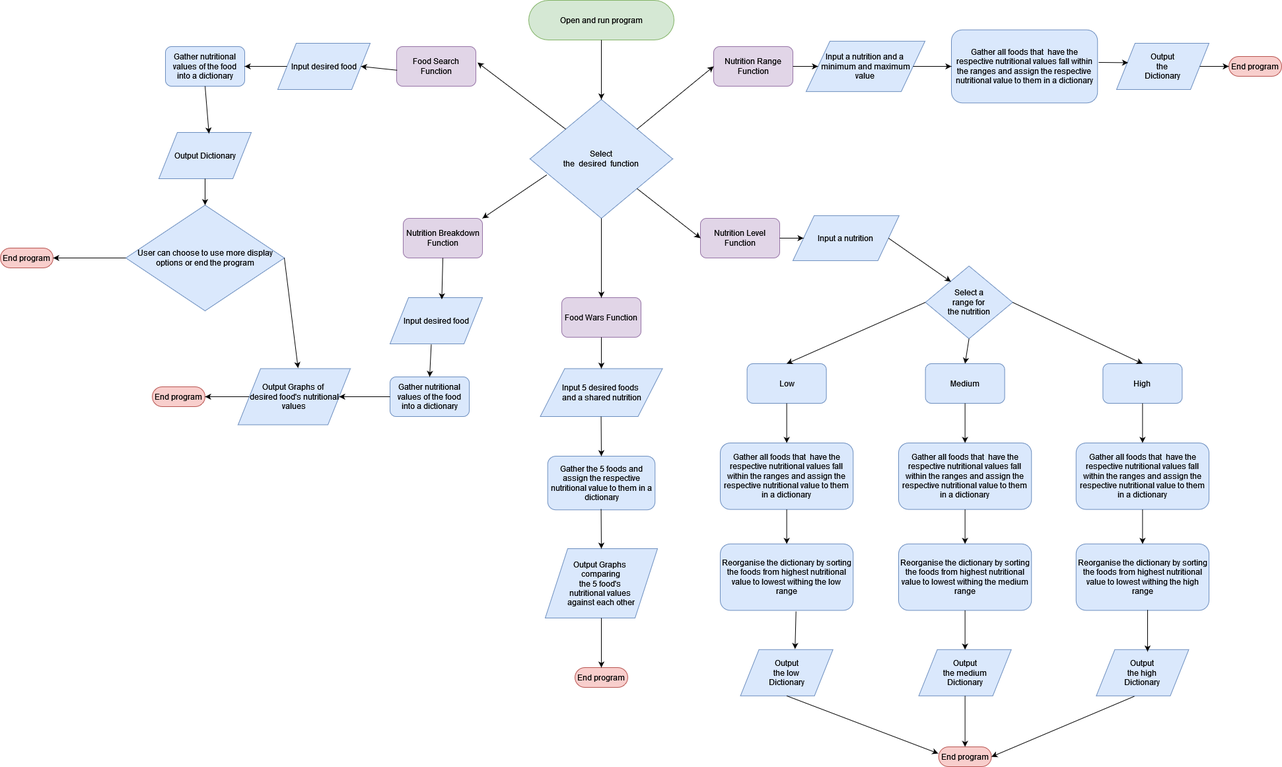
The draw.io diagram software_design_flowchart.png in braithicus/2810ICT-Project-Management-Assignment, before a commit. Source tidied: cells renumbered, new cells last; positions are measured from the earlier drawing's top-left corner, leaving out a move shared by most shapes.
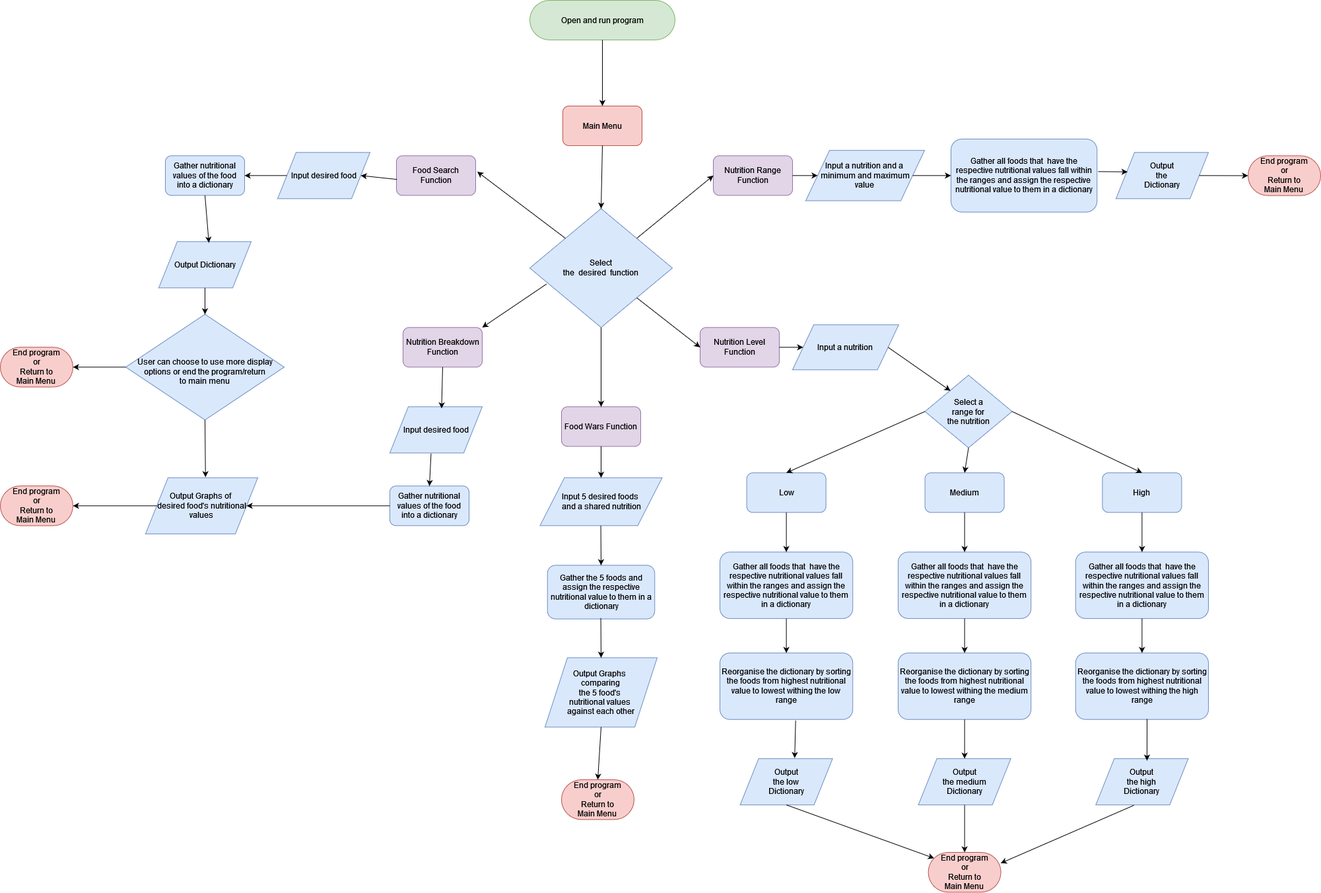
After the commit.

Commit message:
Software Design and System components Done* dont forget the stuff in side effects and pseudocode

Diff of the diagram source:
```diff
@@ -18,7 +18,7 @@
       <mxGeometry x="850" y="450" width="120" height="60" as="geometry" />
     </mxCell>
     <mxCell id="7" value="Open and run program" style="html=1;dashed=0;whiteSpace=wrap;shape=mxgraph.dfd.start;fillColor=#d5e8d4;strokeColor=#82b366;" parent="1" vertex="1">
-      <mxGeometry x="800" width="220" height="60" as="geometry" />
+      <mxGeometry x="802" y="-165.3" width="220" height="60" as="geometry" />
     </mxCell>
     <mxCell id="8" value="&lt;div&gt;Select &lt;br&gt;&lt;/div&gt;&lt;div&gt;the&amp;nbsp; desired&amp;nbsp; function&lt;/div&gt;" style="shape=rhombus;html=1;dashed=0;whiteSpace=wrap;perimeter=rhombusPerimeter;fillColor=#dae8fc;strokeColor=#6c8ebf;" parent="1" vertex="1">
       <mxGeometry x="802" y="150" width="216" height="180" as="geometry" />
@@ -38,10 +38,10 @@
     <mxCell id="13" value="Output Dictionary" style="shape=parallelogram;perimeter=parallelogramPerimeter;whiteSpace=wrap;html=1;dashed=0;fillColor=#dae8fc;strokeColor=#6c8ebf;" parent="1" vertex="1">
       <mxGeometry x="240" y="200" width="140" height="70" as="geometry" />
     </mxCell>
-    <mxCell id="14" value="End program" style="html=1;dashed=0;whiteSpace=wrap;shape=mxgraph.dfd.start;fillColor=#f8cecc;strokeColor=#b85450;" parent="1" vertex="1">
-      <mxGeometry y="375" width="80" height="30" as="geometry" />
+    <mxCell id="14" value="&lt;div&gt;End program&lt;/div&gt;&lt;div&gt;or&lt;/div&gt;&lt;div&gt;Return to&lt;/div&gt;&lt;div&gt;Main Menu&lt;br&gt;&lt;/div&gt;" style="html=1;dashed=0;whiteSpace=wrap;shape=mxgraph.dfd.start;fillColor=#f8cecc;strokeColor=#b85450;" parent="1" vertex="1">
+      <mxGeometry y="359.8" width="110" height="60.3" as="geometry" />
     </mxCell>
-    <mxCell id="15" value="&lt;font style=&quot;font-size: 12px;&quot;&gt;User can choose to use more display options or end the program&lt;/font&gt;" style="shape=rhombus;html=1;dashed=0;whiteSpace=wrap;perimeter=rhombusPerimeter;fillColor=#dae8fc;strokeColor=#6c8ebf;" parent="1" vertex="1">
+    <mxCell id="15" value="&lt;div&gt;&lt;font style=&quot;font-size: 12px;&quot;&gt;&lt;br&gt;&lt;/font&gt;&lt;/div&gt;&lt;div&gt;&lt;font style=&quot;font-size: 12px;&quot;&gt;User can choose to use more display options or end the program/return&lt;/font&gt;&lt;/div&gt;&lt;div&gt;&lt;font style=&quot;font-size: 12px;&quot;&gt;to main menu&lt;br&gt;&lt;/font&gt;&lt;/div&gt;" style="shape=rhombus;html=1;dashed=0;whiteSpace=wrap;perimeter=rhombusPerimeter;fillColor=#dae8fc;strokeColor=#6c8ebf;" parent="1" vertex="1">
       <mxGeometry x="190" y="310" width="240" height="160" as="geometry" />
     </mxCell>
     <mxCell id="16" style="endArrow=classic;html=1;rounded=0;exitX=0;exitY=0.5;exitDx=0;exitDy=0;entryX=1;entryY=0.5;entryDx=0;entryDy=0;entryPerimeter=0;" parent="1" edge="1" source="15" target="14">
@@ -53,7 +53,7 @@
     <mxCell id="18" style="endArrow=classic;html=1;rounded=0;entryX=0.542;entryY=0.024;entryDx=0;entryDy=0;entryPerimeter=0;exitX=0.5;exitY=1;exitDx=0;exitDy=0;" parent="1" edge="1" source="12" target="13">
       <mxGeometry relative="1" as="geometry" />
     </mxCell>
-    <mxCell id="19" style="endArrow=classic;html=1;rounded=0;entryX=0.5;entryY=0;entryDx=0;entryDy=0;exitX=0.5;exitY=0.5;exitDx=0;exitDy=30;exitPerimeter=0;" parent="1" edge="1" source="7" target="8">
+    <mxCell id="19" style="endArrow=classic;html=1;rounded=0;exitX=0.5;exitY=0.5;exitDx=0;exitDy=30;exitPerimeter=0;entryX=0.5;entryY=0;entryDx=0;entryDy=0;" parent="1" edge="1" source="7" target="82">
       <mxGeometry relative="1" as="geometry" />
     </mxCell>
     <mxCell id="20" style="endArrow=classic;html=1;rounded=0;entryX=1;entryY=0.5;entryDx=0;entryDy=0;exitX=0.007;exitY=0.597;exitDx=0;exitDy=0;exitPerimeter=0;" parent="1" edge="1" source="2" target="11">
@@ -84,18 +84,15 @@
       <mxGeometry relative="1" as="geometry" />
     </mxCell>
     <mxCell id="29" value="&lt;div&gt;Output Graphs of&amp;nbsp;&lt;/div&gt;&lt;div&gt;desired food's nutritional values&lt;/div&gt;" style="shape=parallelogram;perimeter=parallelogramPerimeter;whiteSpace=wrap;html=1;dashed=0;fontSize=12;fillColor=#dae8fc;strokeColor=#6c8ebf;" parent="1" vertex="1">
-      <mxGeometry x="360" y="557.5" width="170" height="85" as="geometry" />
+      <mxGeometry x="220" y="557.5" width="170" height="85" as="geometry" />
     </mxCell>
-    <mxCell id="30" style="endArrow=classic;html=1;rounded=0;entryX=0.534;entryY=-0.01;entryDx=0;entryDy=0;entryPerimeter=0;exitX=1;exitY=0.5;exitDx=0;exitDy=0;" parent="1" edge="1" source="15" target="29">
+    <mxCell id="30" style="endArrow=classic;html=1;rounded=0;entryX=0.534;entryY=-0.01;entryDx=0;entryDy=0;entryPerimeter=0;exitX=0.5;exitY=1;exitDx=0;exitDy=0;" parent="1" edge="1" source="15" target="29">
       <mxGeometry relative="1" as="geometry" />
     </mxCell>
     <mxCell id="31" style="endArrow=classic;html=1;rounded=0;entryX=1;entryY=0.5;entryDx=0;entryDy=0;exitX=0;exitY=0.5;exitDx=0;exitDy=0;" parent="1" edge="1" source="27" target="29">
       <mxGeometry relative="1" as="geometry" />
     </mxCell>
-    <mxCell id="32" value="End program" style="html=1;dashed=0;whiteSpace=wrap;shape=mxgraph.dfd.start;fillColor=#f8cecc;strokeColor=#b85450;" parent="1" vertex="1">
-      <mxGeometry x="230" y="585" width="80" height="30" as="geometry" />
-    </mxCell>
-    <mxCell id="33" style="endArrow=classic;html=1;rounded=0;entryX=1;entryY=0.5;entryDx=0;entryDy=0;entryPerimeter=0;" parent="1" edge="1" source="29" target="32">
+    <mxCell id="33" style="endArrow=classic;html=1;rounded=0;entryX=1;entryY=0.5;entryDx=0;entryDy=0;entryPerimeter=0;" parent="1" edge="1" source="29" target="84">
       <mxGeometry relative="1" as="geometry" />
     </mxCell>
     <mxCell id="34" value="&lt;div&gt;Input 5 desired foods&amp;nbsp;&lt;/div&gt;&lt;div&gt;and a shared nutrition&lt;/div&gt;" style="shape=parallelogram;perimeter=parallelogramPerimeter;whiteSpace=wrap;html=1;dashed=0;fillColor=#dae8fc;strokeColor=#6c8ebf;" parent="1" vertex="1">
@@ -107,10 +104,7 @@
     <mxCell id="36" value="&lt;div&gt;Output Graphs&amp;nbsp;&lt;/div&gt;&lt;div&gt;comparing&lt;/div&gt;&lt;div&gt;the 5 food's&amp;nbsp;&lt;/div&gt;&lt;div&gt;nutritional values&amp;nbsp;&lt;/div&gt;&lt;div&gt;against each other&lt;br&gt;&lt;/div&gt;" style="shape=parallelogram;perimeter=parallelogramPerimeter;whiteSpace=wrap;html=1;dashed=0;fontSize=12;fillColor=#dae8fc;strokeColor=#6c8ebf;" parent="1" vertex="1">
       <mxGeometry x="825" y="830" width="170" height="105" as="geometry" />
     </mxCell>
-    <mxCell id="37" value="End program" style="html=1;dashed=0;whiteSpace=wrap;shape=mxgraph.dfd.start;fillColor=#f8cecc;strokeColor=#b85450;" parent="1" vertex="1">
-      <mxGeometry x="870" y="1010" width="80" height="30" as="geometry" />
-    </mxCell>
-    <mxCell id="38" style="endArrow=classic;html=1;rounded=0;entryX=0.5;entryY=0.5;entryDx=0;entryDy=-15;entryPerimeter=0;exitX=0.5;exitY=1;exitDx=0;exitDy=0;" parent="1" edge="1" source="36" target="37">
+    <mxCell id="38" style="endArrow=classic;html=1;rounded=0;entryX=0.5;entryY=0.5;entryDx=0;entryDy=-30.155;entryPerimeter=0;exitX=0.5;exitY=1;exitDx=0;exitDy=0;" parent="1" edge="1" source="36" target="86">
       <mxGeometry relative="1" as="geometry" />
     </mxCell>
     <mxCell id="39" style="endArrow=classic;html=1;rounded=0;exitX=0.5;exitY=1;exitDx=0;exitDy=0;entryX=0.5;entryY=0;entryDx=0;entryDy=0;" parent="1" edge="1" target="36">
@@ -147,10 +141,7 @@
         <mxPoint x="1663" y="94" as="sourcePoint" />
       </mxGeometry>
     </mxCell>
-    <mxCell id="48" value="End program" style="html=1;dashed=0;whiteSpace=wrap;shape=mxgraph.dfd.start;fillColor=#f8cecc;strokeColor=#b85450;" parent="1" vertex="1">
-      <mxGeometry x="1860" y="85" width="80" height="30" as="geometry" />
-    </mxCell>
-    <mxCell id="49" style="endArrow=classic;html=1;rounded=0;entryX=0;entryY=0.5;entryDx=0;entryDy=0;entryPerimeter=0;exitX=1;exitY=0.5;exitDx=0;exitDy=0;" parent="1" edge="1" source="44" target="48">
+    <mxCell id="49" style="endArrow=classic;html=1;rounded=0;entryX=0;entryY=0.5;entryDx=0;entryDy=0;entryPerimeter=0;exitX=1;exitY=0.5;exitDx=0;exitDy=0;" parent="1" edge="1" source="44" target="87">
       <mxGeometry relative="1" as="geometry" />
     </mxCell>
     <mxCell id="50" value="&lt;div&gt;Input a nutrition &lt;br&gt;&lt;/div&gt;" style="shape=parallelogram;perimeter=parallelogramPerimeter;whiteSpace=wrap;html=1;dashed=0;fillColor=#dae8fc;strokeColor=#6c8ebf;" parent="1" vertex="1">
@@ -201,18 +192,13 @@
     <mxCell id="65" value="&lt;div&gt;Output &lt;br&gt;&lt;/div&gt;&lt;div&gt;the medium&lt;br&gt;&lt;/div&gt;&lt;div&gt;Dictionary&lt;/div&gt;" style="shape=parallelogram;perimeter=parallelogramPerimeter;whiteSpace=wrap;html=1;dashed=0;fillColor=#dae8fc;strokeColor=#6c8ebf;" parent="1" vertex="1">
       <mxGeometry x="1390.6" y="982.8" width="140" height="70" as="geometry" />
     </mxCell>
-    <mxCell id="66" value="End program" style="html=1;dashed=0;whiteSpace=wrap;shape=mxgraph.dfd.start;fillColor=#f8cecc;strokeColor=#b85450;" parent="1" vertex="1">
-      <mxGeometry x="1420.6" y="1130" width="80" height="30" as="geometry" />
-    </mxCell>
-    <mxCell id="67" style="endArrow=classic;html=1;rounded=0;exitX=0.5;exitY=1;exitDx=0;exitDy=0;" parent="1" edge="1" source="60">
-      <mxGeometry relative="1" as="geometry">
-        <mxPoint x="1420" y="1140" as="targetPoint" />
-      </mxGeometry>
+    <mxCell id="67" style="endArrow=classic;html=1;rounded=0;exitX=0.5;exitY=1;exitDx=0;exitDy=0;entryX=0;entryY=0;entryDx=8.835415;entryDy=8.835415000000001;entryPerimeter=0;" parent="1" edge="1" source="60" target="85">
+      <mxGeometry relative="1" as="geometry" />
     </mxCell>
-    <mxCell id="68" style="endArrow=classic;html=1;rounded=0;exitX=0.5;exitY=1;exitDx=0;exitDy=0;entryX=0.5;entryY=0.5;entryDx=0;entryDy=-15;entryPerimeter=0;" parent="1" edge="1" source="65" target="66">
+    <mxCell id="68" style="endArrow=classic;html=1;rounded=0;exitX=0.5;exitY=1;exitDx=0;exitDy=0;entryX=0.5;entryY=0.5;entryDx=0;entryDy=-30.155;entryPerimeter=0;" parent="1" edge="1" source="65" target="85">
       <mxGeometry relative="1" as="geometry" />
     </mxCell>
-    <mxCell id="69" style="endArrow=classic;html=1;rounded=0;exitX=0.412;exitY=1.009;exitDx=0;exitDy=0;entryX=1;entryY=0.5;entryDx=0;entryDy=0;entryPerimeter=0;exitPerimeter=0;" parent="1" edge="1" source="64" target="66">
+    <mxCell id="69" style="endArrow=classic;html=1;rounded=0;exitX=0.412;exitY=1.009;exitDx=0;exitDy=0;entryX=0.998;entryY=0.271;entryDx=0;entryDy=0;entryPerimeter=0;exitPerimeter=0;" parent="1" edge="1" source="64" target="85">
       <mxGeometry relative="1" as="geometry" />
     </mxCell>
     <mxCell id="70" style="endArrow=classic;html=1;rounded=0;exitX=0.5;exitY=1;exitDx=0;exitDy=0;entryX=0.5;entryY=0;entryDx=0;entryDy=0;" parent="1" edge="1" source="63" target="65">
@@ -251,5 +237,23 @@
     <mxCell id="81" style="endArrow=classic;html=1;rounded=0;exitX=0.5;exitY=1;exitDx=0;exitDy=0;entryX=0.5;entryY=0;entryDx=0;entryDy=0;" parent="1" edge="1" source="52" target="54">
       <mxGeometry relative="1" as="geometry" />
     </mxCell>
+    <mxCell id="82" value="Main Menu " style="rounded=1;whiteSpace=wrap;html=1;fillColor=#f8cecc;strokeColor=#b85450;" parent="1" vertex="1">
+      <mxGeometry x="852" y="-5.3" width="120" height="60" as="geometry" />
+    </mxCell>
+    <mxCell id="83" style="endArrow=classic;html=1;rounded=0;entryX=0.5;entryY=0;entryDx=0;entryDy=0;exitX=0.5;exitY=1;exitDx=0;exitDy=0;" parent="1" edge="1" source="82" target="8">
+      <mxGeometry relative="1" as="geometry" />
+    </mxCell>
+    <mxCell id="84" value="&lt;div&gt;End program&lt;/div&gt;&lt;div&gt;or&lt;/div&gt;&lt;div&gt;Return to&lt;/div&gt;&lt;div&gt;Main Menu&lt;br&gt;&lt;/div&gt;" style="html=1;dashed=0;whiteSpace=wrap;shape=mxgraph.dfd.start;fillColor=#f8cecc;strokeColor=#b85450;" parent="1" vertex="1">
+      <mxGeometry y="569.8" width="110" height="60.3" as="geometry" />
+    </mxCell>
+    <mxCell id="85" value="&lt;div&gt;End program&lt;/div&gt;&lt;div&gt;or&lt;/div&gt;&lt;div&gt;Return to&lt;/div&gt;&lt;div&gt;Main Menu&lt;br&gt;&lt;/div&gt;" style="html=1;dashed=0;whiteSpace=wrap;shape=mxgraph.dfd.start;fillColor=#f8cecc;strokeColor=#b85450;" parent="1" vertex="1">
+      <mxGeometry x="1405.6" y="1124.7" width="110" height="60.3" as="geometry" />
+    </mxCell>
+    <mxCell id="86" value="&lt;div&gt;End program&lt;/div&gt;&lt;div&gt;or&lt;/div&gt;&lt;div&gt;Return to&lt;/div&gt;&lt;div&gt;Main Menu&lt;br&gt;&lt;/div&gt;" style="html=1;dashed=0;whiteSpace=wrap;shape=mxgraph.dfd.start;fillColor=#f8cecc;strokeColor=#b85450;" parent="1" vertex="1">
+      <mxGeometry x="850" y="1014.7" width="110" height="60.3" as="geometry" />
+    </mxCell>
+    <mxCell id="87" value="&lt;div&gt;End program&lt;/div&gt;&lt;div&gt;or&lt;/div&gt;&lt;div&gt;Return to&lt;/div&gt;&lt;div&gt;Main Menu&lt;br&gt;&lt;/div&gt;" style="html=1;dashed=0;whiteSpace=wrap;shape=mxgraph.dfd.start;fillColor=#f8cecc;strokeColor=#b85450;" parent="1" vertex="1">
+      <mxGeometry x="1890" y="70" width="110" height="60.3" as="geometry" />
+    </mxCell>
   </root>
 </mxGraphModel>
```
